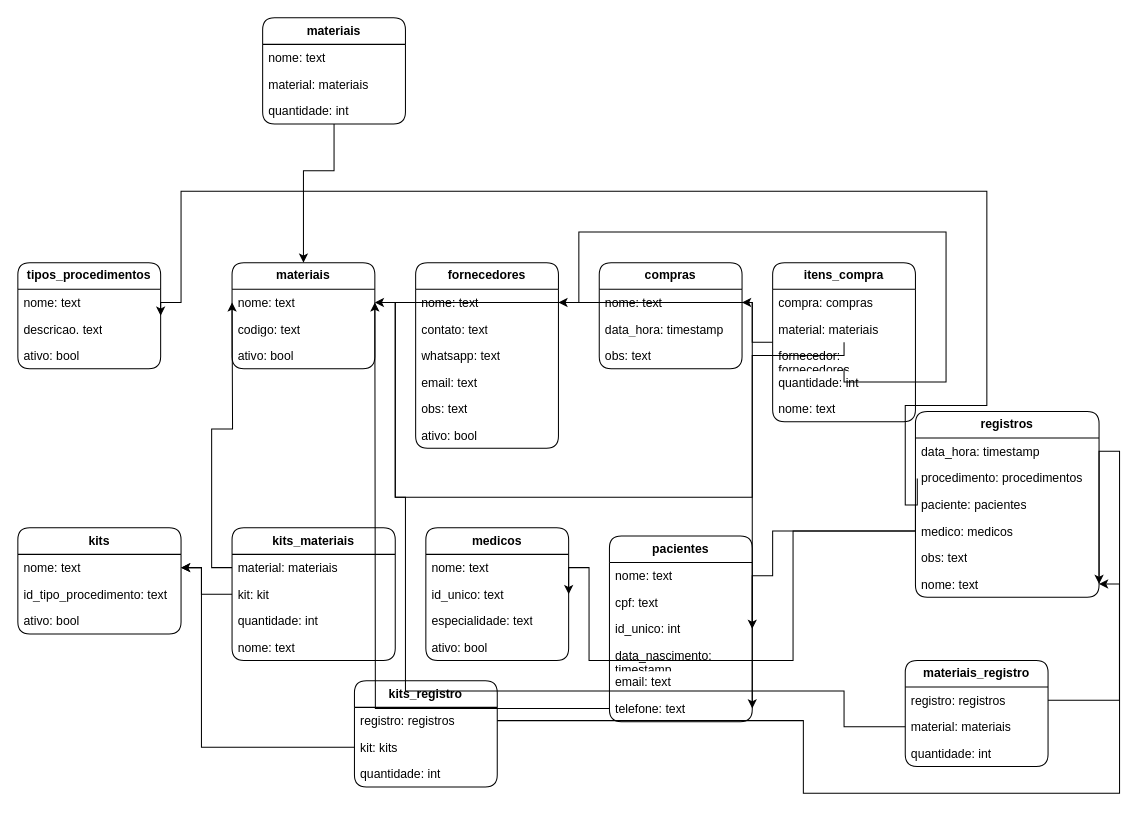
laube-developer/api-dados keeps this draw.io diagram as plans/Controle Estoque Salus v1.drawio. Above is the earlier version. Source tidied: cells renumbered, new cells numbered last; positions are measured from the earlier drawing's top-left corner, leaving out a move shared by most shapes. Both pictures are drawn from the tidied source at 102%, with x=0, y=0 at pixel (17, 17).
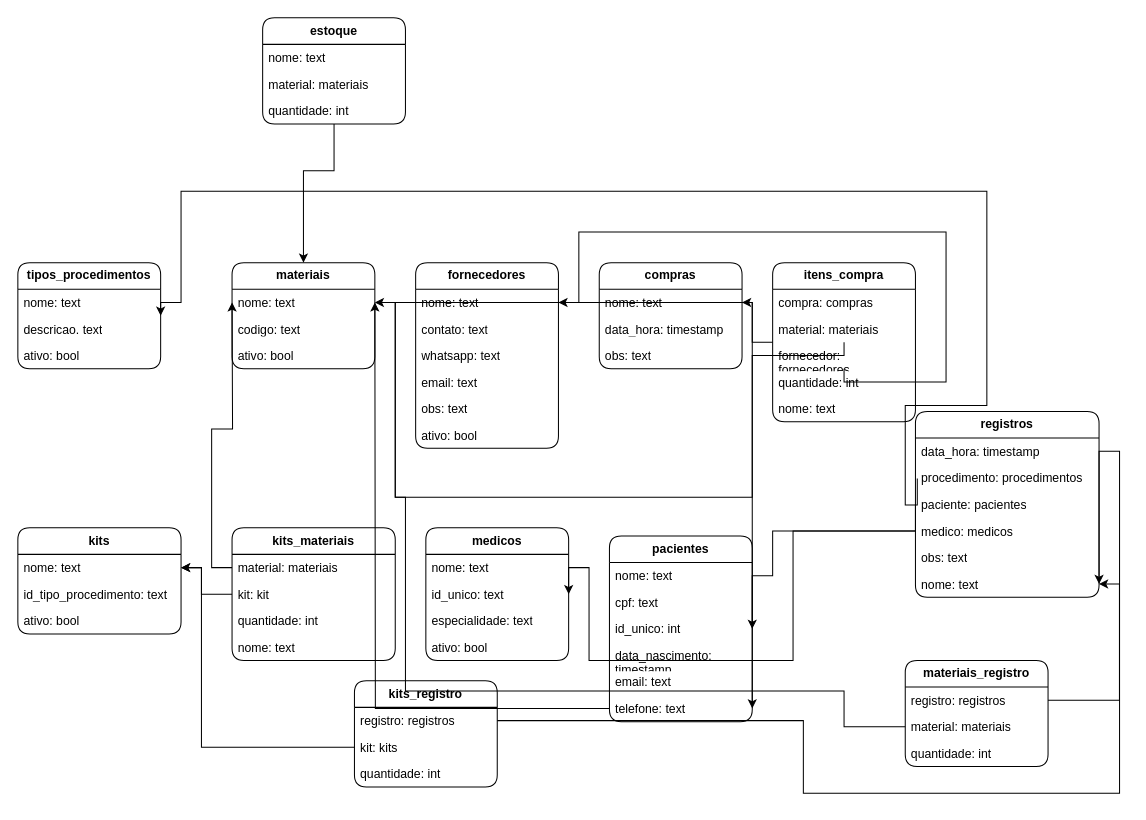
After the change.

The edit, as a diff of the source:
```diff
@@
-    <mxCell id="77" value="&lt;span style=&quot;font-weight: 700;&quot;&gt;materiais&lt;/span&gt;" style="swimlane;fontStyle=0;horizontal=1;startSize=26;fillColor=none;whiteSpace=wrap;html=1;rounded=1;" parent="1" vertex="1">
+    <mxCell id="77" value="&lt;span style=&quot;font-weight: 700;&quot;&gt;estoque&lt;/span&gt;" style="swimlane;fontStyle=0;horizontal=1;startSize=26;fillColor=none;whiteSpace=wrap;html=1;rounded=1;" parent="1" vertex="1">
       <mxGeometry x="240" width="140" height="104" as="geometry" />
     </mxCell>
```
